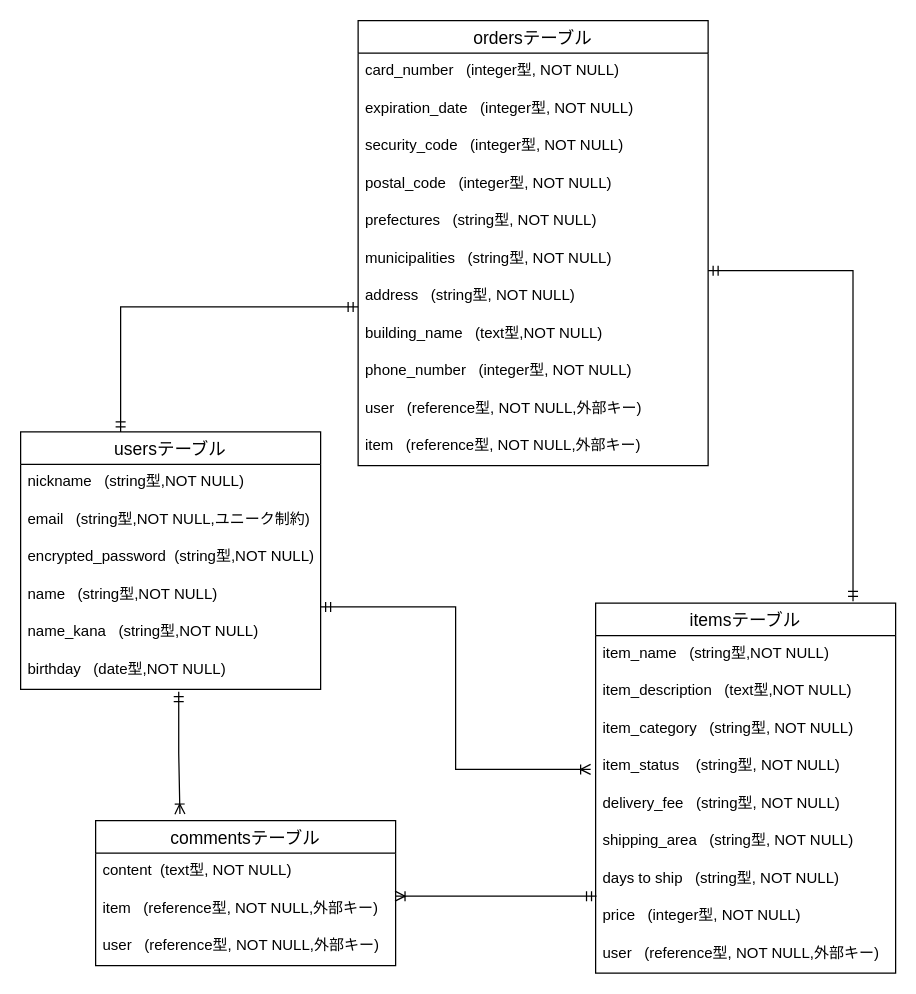
This is furima36474.dio from ryo1374/furima-36474, a draw.io file, before an edit. Source tidied: cells renumbered, new cells numbered last; positions are measured from the earlier drawing's top-left corner, leaving out a move shared by most shapes. Both pictures are drawn from the tidied source at 125%, with x=0, y=0 at pixel (20, 20).
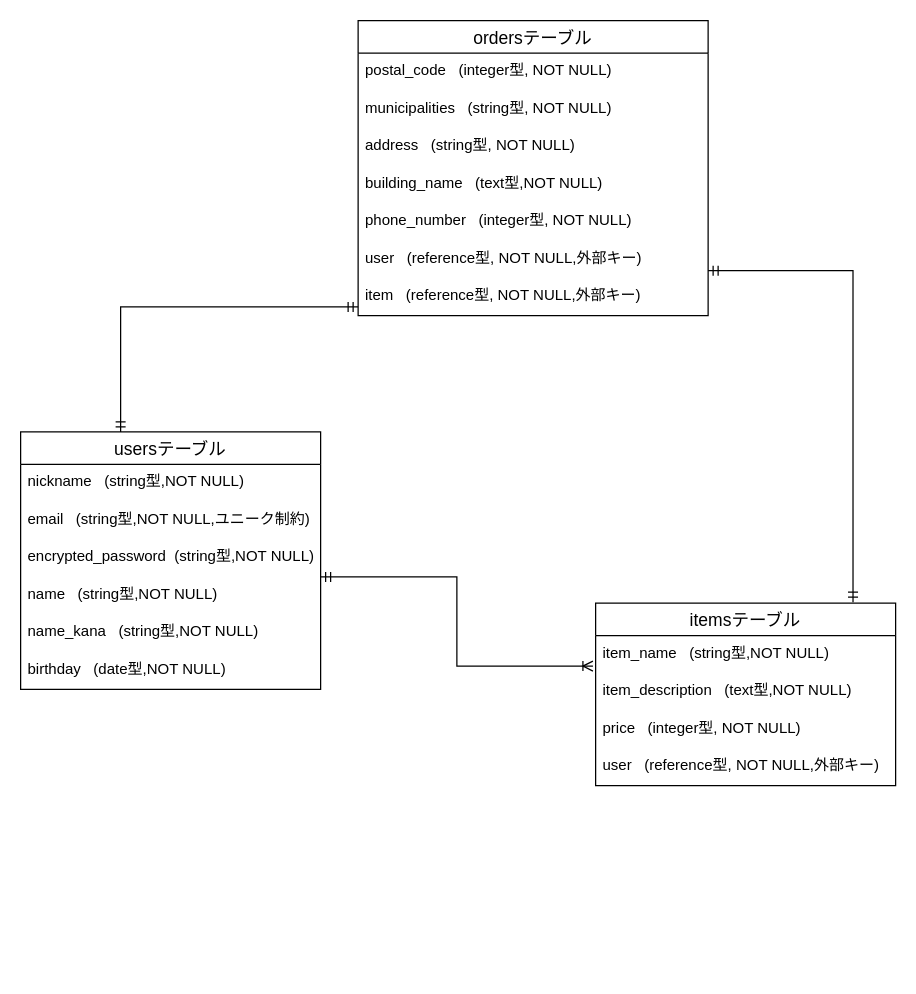
The same page after the edit.

The change refers to these unchanged cells:
```xml
<mxCell id="2" value="usersテーブル" style="swimlane;fontStyle=0;horizontal=1;startSize=26;align=center;fontSize=14;" parent="1" vertex="1">
  <mxGeometry y="329" width="240" height="206" as="geometry" />
</mxCell>
<mxCell id="9" value="birthday   (date型,NOT NULL)" style="text;strokeColor=none;fillColor=none;spacingLeft=4;spacingRight=4;overflow=hidden;points=[[0,0.5],[1,0.5]];portConstraint=eastwest;fontSize=12;" parent="2" vertex="1">
  <mxGeometry y="176" width="240" height="30" as="geometry" />
</mxCell>
<mxCell id="12" value="item_description   (text型,NOT NULL)" style="text;strokeColor=none;fillColor=none;spacingLeft=4;spacingRight=4;overflow=hidden;points=[[0,0.5],[1,0.5]];portConstraint=eastwest;fontSize=12;" parent="10" vertex="1">
  <mxGeometry y="56" width="240" height="30" as="geometry" />
</mxCell>
```

The edit, as a diff of the source:
```diff
@@
-    <mxCell id="7" style="edgeStyle=elbowEdgeStyle;fontSize=12;html=1;endArrow=ERoneToMany;startArrow=ERmandOne;rounded=0;" parent="2" edge="1">
-      <mxGeometry relative="1" as="geometry">
-        <mxPoint x="240" y="140" as="sourcePoint" />
-        <mxPoint x="456" y="270" as="targetPoint" />
-      </mxGeometry>
-    </mxCell>
@@
     <mxCell id="10" value="itemsテーブル" style="swimlane;fontStyle=0;horizontal=1;startSize=26;align=center;fontSize=14;" parent="1" vertex="1">
-      <mxGeometry x="460" y="466" width="240" height="296" as="geometry" />
+      <mxGeometry x="460" y="466" width="240" height="146" as="geometry" />
     </mxCell>
@@
-    <mxCell id="13" value="item_category   (string型, NOT NULL)" style="text;strokeColor=none;fillColor=none;spacingLeft=4;spacingRight=4;overflow=hidden;fontSize=12;" parent="10" vertex="1">
-      <mxGeometry y="86" width="240" height="30" as="geometry" />
-    </mxCell>
-    <mxCell id="14" value="item_status    (string型, NOT NULL)" style="text;strokeColor=none;fillColor=none;spacingLeft=4;spacingRight=4;overflow=hidden;fontSize=12;" parent="10" vertex="1">
-      <mxGeometry y="116" width="240" height="30" as="geometry" />
-    </mxCell>
-    <mxCell id="15" value="delivery_fee   (string型, NOT NULL)" style="text;strokeColor=none;fillColor=none;spacingLeft=4;spacingRight=4;overflow=hidden;fontSize=12;" parent="10" vertex="1">
-      <mxGeometry y="146" width="240" height="30" as="geometry" />
-    </mxCell>
-    <mxCell id="16" value="shipping_area   (string型, NOT NULL)" style="text;strokeColor=none;fillColor=none;spacingLeft=4;spacingRight=4;overflow=hidden;fontSize=12;" parent="10" vertex="1">
-      <mxGeometry y="176" width="240" height="30" as="geometry" />
-    </mxCell>
-    <mxCell id="17" value="days to ship   (string型, NOT NULL)" style="text;strokeColor=none;fillColor=none;spacingLeft=4;spacingRight=4;overflow=hidden;fontSize=12;" parent="10" vertex="1">
-      <mxGeometry y="206" width="240" height="30" as="geometry" />
-    </mxCell>
     <mxCell id="18" value="price   (integer型, NOT NULL)" style="text;strokeColor=none;fillColor=none;spacingLeft=4;spacingRight=4;overflow=hidden;points=[[0,0.5],[1,0.5]];portConstraint=eastwest;fontSize=12;" parent="10" vertex="1">
-      <mxGeometry y="236" width="240" height="30" as="geometry" />
+      <mxGeometry y="86" width="240" height="30" as="geometry" />
     </mxCell>
     <mxCell id="19" value="user   (reference型, NOT NULL,外部キー)" style="text;strokeColor=none;fillColor=none;spacingLeft=4;spacingRight=4;overflow=hidden;fontSize=12;" parent="10" vertex="1">
-      <mxGeometry y="266" width="240" height="30" as="geometry" />
+      <mxGeometry y="116" width="240" height="30" as="geometry" />
     </mxCell>
-    <mxCell id="20" value="commentsテーブル" style="swimlane;fontStyle=0;horizontal=1;startSize=26;align=center;fontSize=14;" parent="1" vertex="1">
-      <mxGeometry x="60" y="640" width="240" height="116" as="geometry" />
-    </mxCell>
-    <mxCell id="21" value="content  (text型, NOT NULL)" style="text;strokeColor=none;fillColor=none;spacingLeft=4;spacingRight=4;overflow=hidden;fontSize=12;" parent="20" vertex="1">
-      <mxGeometry y="26" width="240" height="30" as="geometry" />
-    </mxCell>
-    <mxCell id="22" value="item   (reference型, NOT NULL,外部キー)" style="text;strokeColor=none;fillColor=none;spacingLeft=4;spacingRight=4;overflow=hidden;points=[[0,0.5],[1,0.5]];portConstraint=eastwest;fontSize=12;" parent="20" vertex="1">
-      <mxGeometry y="56" width="240" height="30" as="geometry" />
-    </mxCell>
-    <mxCell id="23" value="user   (reference型, NOT NULL,外部キー)" style="text;strokeColor=none;fillColor=none;spacingLeft=4;spacingRight=4;overflow=hidden;fontSize=12;" parent="20" vertex="1">
-      <mxGeometry y="86" width="240" height="30" as="geometry" />
-    </mxCell>
-    <mxCell id="24" style="edgeStyle=elbowEdgeStyle;fontSize=12;html=1;endArrow=ERoneToMany;startArrow=ERmandOne;entryX=0.998;entryY=0.147;entryDx=0;entryDy=0;entryPerimeter=0;exitX=0.003;exitY=-0.053;exitDx=0;exitDy=0;exitPerimeter=0;rounded=0;" parent="1" edge="1" source="18" target="22">
-      <mxGeometry relative="1" as="geometry">
-        <Array as="points">
-          <mxPoint x="340" y="710" />
-        </Array>
-      </mxGeometry>
-    </mxCell>
-    <mxCell id="25" style="edgeStyle=elbowEdgeStyle;fontSize=12;html=1;endArrow=ERoneToMany;startArrow=ERmandOne;rounded=0;elbow=vertical;exitX=0.527;exitY=1.06;exitDx=0;exitDy=0;exitPerimeter=0;entryX=0.281;entryY=-0.045;entryDx=0;entryDy=0;entryPerimeter=0;" parent="1" edge="1" source="9" target="20">
-      <mxGeometry relative="1" as="geometry" />
-    </mxCell>
     <mxCell id="26" value="ordersテーブル" style="swimlane;fontStyle=0;horizontal=1;startSize=26;align=center;fontSize=14;" parent="1" vertex="1">
-      <mxGeometry x="270" width="280" height="356" as="geometry" />
+      <mxGeometry x="270" width="280" height="236" as="geometry" />
     </mxCell>
-    <mxCell id="27" value="card_number   (integer型, NOT NULL)" style="text;strokeColor=none;fillColor=none;spacingLeft=4;spacingRight=4;overflow=hidden;fontSize=12;" parent="26" vertex="1">
-      <mxGeometry y="26" width="280" height="30" as="geometry" />
-    </mxCell>
-    <mxCell id="28" value="expiration_date   (integer型, NOT NULL)" style="text;strokeColor=none;fillColor=none;spacingLeft=4;spacingRight=4;overflow=hidden;fontSize=12;" parent="26" vertex="1">
-      <mxGeometry y="56" width="280" height="30" as="geometry" />
-    </mxCell>
-    <mxCell id="29" value="security_code   (integer型, NOT NULL)" style="text;strokeColor=none;fillColor=none;spacingLeft=4;spacingRight=4;overflow=hidden;fontSize=12;" parent="26" vertex="1">
-      <mxGeometry y="86" width="280" height="30" as="geometry" />
-    </mxCell>
     <mxCell id="30" value="postal_code   (integer型, NOT NULL)" style="text;strokeColor=none;fillColor=none;spacingLeft=4;spacingRight=4;overflow=hidden;fontSize=12;" parent="26" vertex="1">
-      <mxGeometry y="116" width="280" height="30" as="geometry" />
+      <mxGeometry y="26" width="280" height="30" as="geometry" />
     </mxCell>
-    <mxCell id="31" value="prefectures   (string型, NOT NULL)" style="text;strokeColor=none;fillColor=none;spacingLeft=4;spacingRight=4;overflow=hidden;fontSize=12;" parent="26" vertex="1">
-      <mxGeometry y="146" width="280" height="30" as="geometry" />
-    </mxCell>
     <mxCell id="32" value="municipalities   (string型, NOT NULL)" style="text;strokeColor=none;fillColor=none;spacingLeft=4;spacingRight=4;overflow=hidden;fontSize=12;" parent="26" vertex="1">
-      <mxGeometry y="176" width="280" height="30" as="geometry" />
+      <mxGeometry y="56" width="280" height="30" as="geometry" />
     </mxCell>
     <mxCell id="33" value="address   (string型, NOT NULL)" style="text;strokeColor=none;fillColor=none;spacingLeft=4;spacingRight=4;overflow=hidden;fontSize=12;" parent="26" vertex="1">
-      <mxGeometry y="206" width="280" height="30" as="geometry" />
+      <mxGeometry y="86" width="280" height="30" as="geometry" />
     </mxCell>
     <mxCell id="34" value="building_name   (text型,NOT NULL)" style="text;strokeColor=none;fillColor=none;spacingLeft=4;spacingRight=4;overflow=hidden;fontSize=12;" parent="26" vertex="1">
-      <mxGeometry y="236" width="280" height="30" as="geometry" />
+      <mxGeometry y="116" width="280" height="30" as="geometry" />
     </mxCell>
     <mxCell id="35" value="phone_number   (integer型, NOT NULL)" style="text;strokeColor=none;fillColor=none;spacingLeft=4;spacingRight=4;overflow=hidden;fontSize=12;" parent="26" vertex="1">
-      <mxGeometry y="266" width="280" height="30" as="geometry" />
+      <mxGeometry y="146" width="280" height="30" as="geometry" />
     </mxCell>
     <mxCell id="36" value="user   (reference型, NOT NULL,外部キー)" style="text;strokeColor=none;fillColor=none;spacingLeft=4;spacingRight=4;overflow=hidden;fontSize=12;" parent="26" vertex="1">
-      <mxGeometry y="296" width="280" height="30" as="geometry" />
+      <mxGeometry y="176" width="280" height="30" as="geometry" />
     </mxCell>
     <mxCell id="37" value="item   (reference型, NOT NULL,外部キー)" style="text;strokeColor=none;fillColor=none;spacingLeft=4;spacingRight=4;overflow=hidden;fontSize=12;" parent="26" vertex="1">
-      <mxGeometry y="326" width="280" height="30" as="geometry" />
+      <mxGeometry y="206" width="280" height="30" as="geometry" />
     </mxCell>
@@
+    <mxCell id="7" style="edgeStyle=elbowEdgeStyle;fontSize=12;html=1;endArrow=ERoneToMany;startArrow=ERmandOne;rounded=0;entryX=-0.009;entryY=-0.187;entryDx=0;entryDy=0;entryPerimeter=0;" parent="1" edge="1" target="12">
+      <mxGeometry relative="1" as="geometry">
+        <mxPoint x="240" y="445" as="sourcePoint" />
+      </mxGeometry>
+    </mxCell>
```
